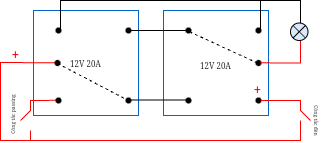
Earlier version of the draw.io export Biểu đồ không có tiêu đề.drawio.png (Manh-vietnamese/ddos). Source tidied: cells renumbered, new cells last; positions are measured from the earlier drawing's top-left corner, leaving out a move shared by most shapes.
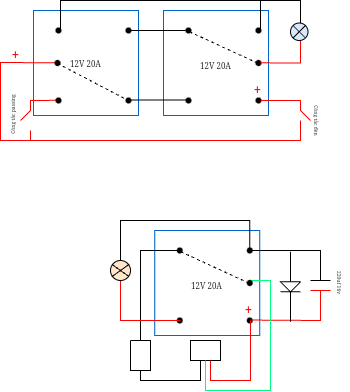
Above is the later version.

Commit message:
Cập nhật Biểu đồ không có tiêu đề.drawio.png

What changed in the source:
```diff
@@ -2,7 +2,7 @@
   <root>
     <mxCell id="0" />
     <mxCell id="1" parent="0" />
-    <mxCell id="2" style="group;" parent="1" vertex="1">
+    <mxCell id="2" style="group;rounded=0;" parent="1" vertex="1">
       <mxGeometry x="17" width="320" height="141.5" as="geometry" />
     </mxCell>
     <mxCell id="3" value="&lt;span style=&quot;font-size: 8px; font-family: &amp;quot;Times New Roman&amp;quot;; background-color: initial;&quot;&gt;12V 20A&lt;/span&gt;" style="whiteSpace=wrap;html=1;labelBackgroundColor=none;strokeColor=#0066CC;" parent="2" vertex="1">
@@ -160,5 +160,171 @@
     <mxCell id="33" value="&lt;span style=&quot;font-size: 5px; font-family: &amp;quot;Times New Roman&amp;quot;; background-color: initial;&quot;&gt;Công tắc passing&lt;/span&gt;" style="whiteSpace=wrap;html=1;rotation=-90;strokeColor=none;fillColor=none;strokeWidth=0;" parent="30" vertex="1">
       <mxGeometry x="-22.5" y="22.5" width="55" height="10" as="geometry" />
     </mxCell>
+    <mxCell id="34" value="&lt;h4&gt;&lt;/h4&gt;&lt;h1&gt;&lt;pre&gt;&lt;h6&gt;&lt;p&gt;&lt;/p&gt;&lt;p style=&quot;&quot;&gt;&lt;span style=&quot;font-size: 8px; font-weight: normal; font-family: &amp;quot;Times New Roman&amp;quot;; background-color: initial; white-space: normal;&quot;&gt;12V 20A&lt;/span&gt;&lt;br&gt;&lt;/p&gt;&lt;p&gt;&lt;/p&gt;&lt;/h6&gt;&lt;/pre&gt;&lt;/h1&gt;" style="whiteSpace=wrap;html=1;labelBackgroundColor=none;fillColor=default;strokeColor=#0066CC;" parent="1" vertex="1">
+      <mxGeometry x="171.2" y="230" width="105" height="105" as="geometry" />
+    </mxCell>
+    <mxCell id="35" style="shape=waypoint;sketch=0;fillStyle=solid;size=6;fillColor=none;perimeter=centerPerimeter;labelBackgroundColor=none;" parent="1" vertex="1">
+      <mxGeometry x="256.2" y="240" width="20" height="20" as="geometry" />
+    </mxCell>
+    <mxCell id="36" style="shape=waypoint;sketch=0;fillStyle=solid;size=6;fillColor=none;perimeter=centerPerimeter;labelBackgroundColor=none;" parent="1" vertex="1">
+      <mxGeometry x="186.2" y="240" width="20" height="20" as="geometry" />
+    </mxCell>
+    <mxCell id="37" style="shape=waypoint;sketch=0;size=6;fillColor=none;perimeter=centerPerimeter;labelBackgroundColor=none;" parent="1" vertex="1">
+      <mxGeometry x="186.2" y="310" width="20" height="20" as="geometry" />
+    </mxCell>
+    <mxCell id="38" style="shape=waypoint;sketch=0;size=6;fillColor=none;perimeter=centerPerimeter;labelBackgroundColor=none;" parent="1" vertex="1">
+      <mxGeometry x="256.2" y="310" width="20" height="20" as="geometry" />
+    </mxCell>
+    <mxCell id="39" style="endArrow=none;html=1;rounded=0;strokeColor=#000000;" parent="1" edge="1">
+      <mxGeometry relative="1" as="geometry">
+        <mxPoint x="217" y="360" as="sourcePoint" />
+        <mxPoint x="197" y="250" as="targetPoint" />
+        <Array as="points">
+          <mxPoint x="217" y="380" />
+          <mxPoint x="157" y="380" />
+          <mxPoint x="157" y="370" />
+          <mxPoint x="167" y="370" />
+          <mxPoint x="167" y="340" />
+          <mxPoint x="147" y="340" />
+          <mxPoint x="157" y="340" />
+          <mxPoint x="157" y="250" />
+        </Array>
+      </mxGeometry>
+    </mxCell>
+    <mxCell id="40" style="endArrow=none;html=1;rounded=0;entryX=0.1;entryY=0.5;entryDx=0;entryDy=0;entryPerimeter=0;strokeColor=#FF0000;" parent="1" edge="1">
+      <mxGeometry relative="1" as="geometry">
+        <mxPoint x="137" y="300" as="sourcePoint" />
+        <mxPoint x="197" y="320" as="targetPoint" />
+        <Array as="points">
+          <mxPoint x="137" y="270" />
+          <mxPoint x="137" y="320" />
+        </Array>
+      </mxGeometry>
+    </mxCell>
+    <mxCell id="41" style="endArrow=none;html=1;rounded=0;" parent="1" edge="1">
+      <mxGeometry relative="1" as="geometry">
+        <mxPoint x="347" y="280" as="sourcePoint" />
+        <mxPoint x="268.2" y="250" as="targetPoint" />
+        <Array as="points">
+          <mxPoint x="327" y="280" />
+          <mxPoint x="337" y="280" />
+          <mxPoint x="337" y="250" />
+        </Array>
+      </mxGeometry>
+    </mxCell>
+    <mxCell id="42" style="endArrow=none;dashed=1;html=1;rounded=0;" parent="1" edge="1">
+      <mxGeometry relative="1" as="geometry">
+        <mxPoint x="197.2" y="251.2" as="sourcePoint" />
+        <mxPoint x="266.2" y="283" as="targetPoint" />
+      </mxGeometry>
+    </mxCell>
+    <mxCell id="43" value="&lt;font color=&quot;#ff0000&quot;&gt;+&lt;/font&gt;" style="text;html=1;align=center;verticalAlign=middle;strokeColor=none;fillColor=none;" parent="1" vertex="1">
+      <mxGeometry x="250.2" y="295" width="30" height="30" as="geometry" />
+    </mxCell>
+    <mxCell id="44" style="endArrow=none;html=1;rounded=0;strokeColor=#FF0000;align=center;verticalAlign=middle;fontFamily=Helvetica;fontSize=11;fontColor=default;labelBackgroundColor=default;" parent="1" edge="1">
+      <mxGeometry relative="1" as="geometry">
+        <mxPoint x="267" y="319.6" as="sourcePoint" />
+        <mxPoint x="327" y="290" as="targetPoint" />
+        <Array as="points">
+          <mxPoint x="337" y="320" />
+          <mxPoint x="337" y="290" />
+          <mxPoint x="347" y="290" />
+        </Array>
+      </mxGeometry>
+    </mxCell>
+    <mxCell id="45" style="endArrow=none;html=1;rounded=0;strokeColor=#000000;align=center;verticalAlign=middle;fontFamily=Helvetica;fontSize=11;fontColor=default;labelBackgroundColor=default;" parent="1" edge="1">
+      <mxGeometry relative="1" as="geometry">
+        <mxPoint x="266.2" y="250" as="sourcePoint" />
+        <mxPoint x="137" y="260" as="targetPoint" />
+        <Array as="points">
+          <mxPoint x="266.2" y="220" />
+          <mxPoint x="137" y="220" />
+        </Array>
+      </mxGeometry>
+    </mxCell>
+    <mxCell id="46" style="endArrow=none;html=1;rounded=0;strokeColor=#000000;align=center;verticalAlign=middle;fontFamily=Helvetica;fontSize=11;fontColor=default;labelBackgroundColor=default;" parent="1" edge="1">
+      <mxGeometry relative="1" as="geometry">
+        <mxPoint x="157" y="370" as="sourcePoint" />
+        <mxPoint x="147" y="340" as="targetPoint" />
+        <Array as="points">
+          <mxPoint x="147" y="370" />
+        </Array>
+      </mxGeometry>
+    </mxCell>
+    <mxCell id="47" style="whiteSpace=wrap;html=1;strokeColor=default;align=center;verticalAlign=middle;fontFamily=Helvetica;fontSize=11;fontColor=default;labelBackgroundColor=default;fillColor=default;" parent="1" vertex="1">
+      <mxGeometry x="207" y="340" width="30" height="20" as="geometry" />
+    </mxCell>
+    <mxCell id="48" style="edgeStyle=none;rounded=0;orthogonalLoop=1;jettySize=auto;html=1;strokeColor=#FF0000;align=center;verticalAlign=middle;fontFamily=Helvetica;fontSize=11;fontColor=default;labelBackgroundColor=default;endArrow=none;exitX=0.5;exitY=1;exitDx=0;exitDy=0;" parent="1" edge="1">
+      <mxGeometry relative="1" as="geometry">
+        <mxPoint x="227" y="360" as="sourcePoint" />
+        <mxPoint x="267" y="320" as="targetPoint" />
+        <Array as="points">
+          <mxPoint x="227" y="380" />
+          <mxPoint x="267" y="380" />
+        </Array>
+      </mxGeometry>
+    </mxCell>
+    <mxCell id="49" style="endArrow=none;html=1;rounded=0;strokeColor=#000000;align=center;verticalAlign=middle;fontFamily=Helvetica;fontSize=11;fontColor=default;labelBackgroundColor=default;" parent="1" edge="1">
+      <mxGeometry relative="1" as="geometry">
+        <mxPoint x="307" y="251.2" as="sourcePoint" />
+        <mxPoint x="297" y="291.2" as="targetPoint" />
+        <Array as="points">
+          <mxPoint x="307" y="281.2" />
+          <mxPoint x="317" y="281.2" />
+          <mxPoint x="297" y="281.2" />
+          <mxPoint x="307" y="291.2" />
+        </Array>
+      </mxGeometry>
+    </mxCell>
+    <mxCell id="50" style="endArrow=none;html=1;rounded=0;strokeColor=#000000;align=center;verticalAlign=middle;fontFamily=Helvetica;fontSize=11;fontColor=default;labelBackgroundColor=default;" parent="1" edge="1">
+      <mxGeometry relative="1" as="geometry">
+        <mxPoint x="297" y="291.2" as="sourcePoint" />
+        <mxPoint x="307" y="321.2" as="targetPoint" />
+        <Array as="points">
+          <mxPoint x="297" y="291.2" />
+          <mxPoint x="317" y="291.2" />
+          <mxPoint x="307" y="291.2" />
+        </Array>
+      </mxGeometry>
+    </mxCell>
+    <mxCell id="51" style="endArrow=none;html=1;rounded=0;strokeColor=#000000;align=center;verticalAlign=middle;fontFamily=Helvetica;fontSize=11;fontColor=default;labelBackgroundColor=default;" parent="1" edge="1">
+      <mxGeometry relative="1" as="geometry">
+        <mxPoint x="317" y="281.2" as="sourcePoint" />
+        <mxPoint x="307" y="291.2" as="targetPoint" />
+      </mxGeometry>
+    </mxCell>
+    <mxCell id="52" value="&lt;div style=&quot;line-height: 100%;&quot;&gt;&lt;font face=&quot;Times New Roman&quot; style=&quot;font-size: 5px;&quot;&gt;220uf 16v&lt;/font&gt;&lt;/div&gt;" style="whiteSpace=wrap;html=1;fontFamily=Helvetica;fontSize=11;fontColor=default;labelBackgroundColor=default;align=center;strokeColor=none;fillColor=none;strokeWidth=0;direction=north;flipH=0;rotation=90;" parent="1" vertex="1">
+      <mxGeometry x="337" y="273.8" width="40" height="17.5" as="geometry" />
+    </mxCell>
+    <mxCell id="53" style="edgeStyle=none;rounded=0;jettySize=auto;html=1;strokeColor=#00FF80;align=center;verticalAlign=middle;fontFamily=Helvetica;fontSize=11;fontColor=default;labelBackgroundColor=default;endArrow=none;exitX=0.5;exitY=1;exitDx=0;exitDy=0;" parent="1" edge="1" source="47">
+      <mxGeometry relative="1" as="geometry">
+        <mxPoint x="267" y="280" as="targetPoint" />
+        <Array as="points">
+          <mxPoint x="222" y="390" />
+          <mxPoint x="257" y="390" />
+          <mxPoint x="287" y="390" />
+          <mxPoint x="287" y="350" />
+          <mxPoint x="287" y="280" />
+        </Array>
+      </mxGeometry>
+    </mxCell>
+    <mxCell id="54" style="ellipse;whiteSpace=wrap;html=1;strokeColor=#000000;align=center;verticalAlign=middle;fontFamily=Helvetica;fontSize=11;labelBackgroundColor=default;fillColor=#ffe6cc;" parent="1" vertex="1">
+      <mxGeometry x="127" y="260" width="20" height="20" as="geometry" />
+    </mxCell>
+    <mxCell id="55" style="shape=waypoint;sketch=0;size=6;fillColor=none;perimeter=centerPerimeter;labelBackgroundColor=none;" parent="1" vertex="1">
+      <mxGeometry x="256.2" y="272.5" width="20" height="20" as="geometry" />
+    </mxCell>
+    <mxCell id="56" style="edgeStyle=none;orthogonalLoop=1;jettySize=auto;html=1;rounded=0;strokeColor=#000000;align=center;verticalAlign=middle;fontFamily=Helvetica;fontSize=11;fontColor=default;labelBackgroundColor=default;endArrow=none;" parent="1" edge="1">
+      <mxGeometry relative="1" as="geometry">
+        <mxPoint x="128.5" y="263.9" as="sourcePoint" />
+        <mxPoint x="145.5" y="276.1" as="targetPoint" />
+      </mxGeometry>
+    </mxCell>
+    <mxCell id="57" style="edgeStyle=none;orthogonalLoop=1;jettySize=auto;html=1;rounded=0;strokeColor=#000000;align=center;verticalAlign=middle;fontFamily=Helvetica;fontSize=11;fontColor=default;labelBackgroundColor=default;endArrow=none;" parent="1" edge="1">
+      <mxGeometry relative="1" as="geometry">
+        <mxPoint x="128.5" y="276.1" as="sourcePoint" />
+        <mxPoint x="145.5" y="263.9" as="targetPoint" />
+      </mxGeometry>
+    </mxCell>
   </root>
 </mxGraphModel>
```
